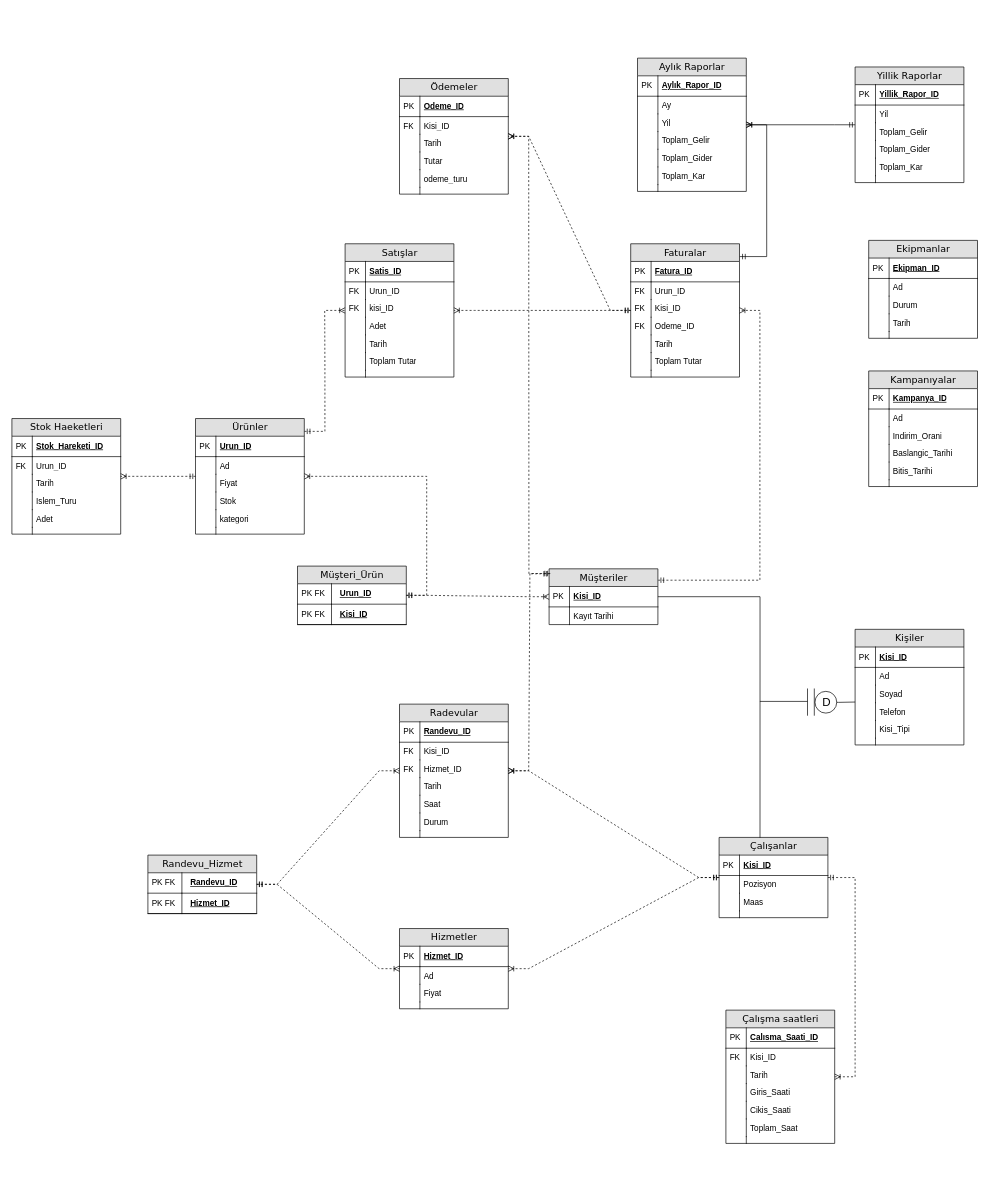
Earlier version of the draw.io diagram Untitled Diagram.drawio (HexaSabur/VTYSodev). Source tidied: cells renumbered, new cells numbered last; positions are measured from the earlier drawing's top-left corner, leaving out a move shared by most shapes. Both pictures are drawn from the tidied source at 68%, with x=0, y=0 at pixel (12, 58).
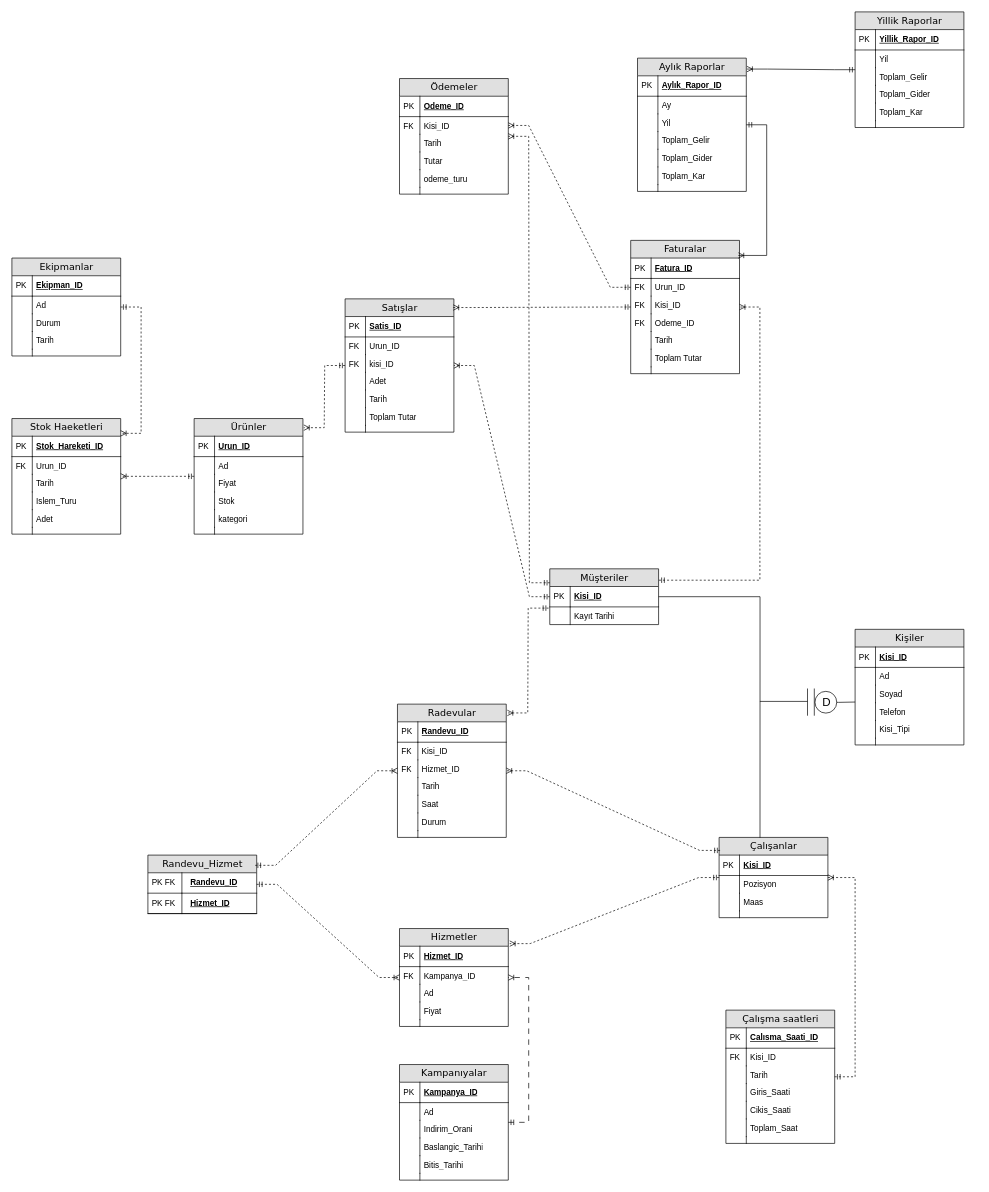
Above is the later version.

The change refers to these unchanged cells:
```xml
<mxCell id="2" value="Çalışanlar" style="swimlane;html=1;fontStyle=0;horizontal=1;startSize=26;fillColor=#e0e0e0;swimlaneFillColor=#ffffff;align=center;rounded=0;shadow=0;comic=0;labelBackgroundColor=none;strokeWidth=1;fontFamily=Verdana;fontSize=14;" parent="1" vertex="1">
  <mxGeometry x="1040" y="1146" width="160" height="118" as="geometry" />
</mxCell>
<mxCell id="35" value="Ödemeler" style="swimlane;html=1;fontStyle=0;horizontal=1;startSize=26;fillColor=#e0e0e0;swimlaneFillColor=#ffffff;align=center;rounded=0;shadow=0;comic=0;labelBackgroundColor=none;strokeWidth=1;fontFamily=Verdana;fontSize=14;" parent="1" vertex="1">
  <mxGeometry x="570" y="30" width="160" height="170" as="geometry" />
</mxCell>
<mxCell id="38" value="Kisi_ID" style="shape=partialRectangle;top=0;left=0;right=0;bottom=0;html=1;align=left;verticalAlign=top;fillColor=none;spacingLeft=34;spacingRight=4;whiteSpace=wrap;overflow=hidden;points=[[0,0.5],[1,0.5]];portConstraint=eastwest;" parent="35" vertex="1">
  <mxGeometry y="56" width="160" height="26" as="geometry" />
</mxCell>
<mxCell id="76" value="Aylık Raporlar" style="swimlane;html=1;fontStyle=0;horizontal=1;startSize=26;fillColor=#e0e0e0;swimlaneFillColor=#ffffff;align=center;rounded=0;shadow=0;comic=0;labelBackgroundColor=none;strokeWidth=1;fontFamily=Verdana;fontSize=14;" parent="1" vertex="1">
  <mxGeometry x="920" width="160" height="196" as="geometry" />
</mxCell>
<mxCell id="92" value="Kisi_ID" style="shape=partialRectangle;top=0;left=0;right=0;bottom=1;html=1;align=left;verticalAlign=middle;fillColor=none;spacingLeft=34;spacingRight=4;whiteSpace=wrap;overflow=hidden;points=[[0,0.5],[1,0.5]];portConstraint=eastwest;fontStyle=5;" parent="91" vertex="1">
  <mxGeometry y="26" width="160" height="30" as="geometry" />
</mxCell>
<mxCell id="111" value="Çalışma saatleri" style="swimlane;html=1;fontStyle=0;horizontal=1;startSize=26;fillColor=#e0e0e0;swimlaneFillColor=#ffffff;align=center;rounded=0;shadow=0;comic=0;labelBackgroundColor=none;strokeWidth=1;fontFamily=Verdana;fontSize=14;" parent="1" vertex="1">
  <mxGeometry x="1050" y="1400" width="160" height="196" as="geometry" />
</mxCell>
<mxCell id="126" value="Stok Haeketleri" style="swimlane;html=1;fontStyle=0;horizontal=1;startSize=26;fillColor=#e0e0e0;swimlaneFillColor=#ffffff;align=center;rounded=0;shadow=0;comic=0;labelBackgroundColor=none;strokeWidth=1;fontFamily=Verdana;fontSize=14;" parent="1" vertex="1">
  <mxGeometry y="530" width="160" height="170" as="geometry" />
</mxCell>
<mxCell id="174" value="Randevu_Hizmet" style="swimlane;html=1;fontStyle=0;horizontal=1;startSize=26;fillColor=#e0e0e0;swimlaneFillColor=#ffffff;align=center;rounded=0;shadow=0;comic=0;labelBackgroundColor=none;strokeWidth=1;fontFamily=Verdana;fontSize=14;" parent="1" vertex="1">
  <mxGeometry x="200" y="1172" width="160" height="86" as="geometry" />
</mxCell>
<mxCell id="185" value="Urun_ID" style="shape=partialRectangle;top=0;left=0;right=0;bottom=0;html=1;align=left;verticalAlign=top;fillColor=none;spacingLeft=34;spacingRight=4;whiteSpace=wrap;overflow=hidden;points=[[0,0.5],[1,0.5]];portConstraint=eastwest;" parent="182" vertex="1">
  <mxGeometry y="56" width="160" height="26" as="geometry" />
</mxCell>
```

Diff of the diagram source:
```diff
@@
     <mxCell id="11" value="Hizmetler" style="swimlane;html=1;fontStyle=0;horizontal=1;startSize=26;fillColor=#e0e0e0;swimlaneFillColor=#ffffff;align=center;rounded=0;shadow=0;comic=0;labelBackgroundColor=none;strokeWidth=1;fontFamily=Verdana;fontSize=14;" parent="1" vertex="1">
-      <mxGeometry x="570" y="1280" width="160" height="118" as="geometry" />
+      <mxGeometry x="570" y="1280" width="160" height="144" as="geometry" />
     </mxCell>
@@
-    <mxCell id="14" value="Ad" style="shape=partialRectangle;top=0;left=0;right=0;bottom=0;html=1;align=left;verticalAlign=top;fillColor=none;spacingLeft=34;spacingRight=4;whiteSpace=wrap;overflow=hidden;" parent="11" vertex="1">
+    <mxCell id="14" value="Kampanya_ID" style="shape=partialRectangle;top=0;left=0;right=0;bottom=0;html=1;align=left;verticalAlign=top;fillColor=none;spacingLeft=34;spacingRight=4;whiteSpace=wrap;overflow=hidden;" parent="11" vertex="1">
       <mxGeometry y="56" width="160" height="26" as="geometry" />
     </mxCell>
-    <mxCell id="15" style="shape=partialRectangle;top=0;left=0;bottom=0;html=1;fillColor=none;align=left;verticalAlign=top;spacingLeft=4;spacingRight=4;whiteSpace=wrap;overflow=hidden;" parent="14" vertex="1">
+    <mxCell id="15" value="FK" style="shape=partialRectangle;top=0;left=0;bottom=0;html=1;fillColor=none;align=left;verticalAlign=top;spacingLeft=4;spacingRight=4;whiteSpace=wrap;overflow=hidden;" parent="14" vertex="1">
       <mxGeometry width="30" height="26" as="geometry" />
     </mxCell>
+    <mxCell id="223" value="Ad" style="shape=partialRectangle;top=0;left=0;right=0;bottom=0;html=1;align=left;verticalAlign=top;fillColor=none;spacingLeft=34;spacingRight=4;whiteSpace=wrap;overflow=hidden;" parent="11" vertex="1">
+      <mxGeometry y="82" width="160" height="26" as="geometry" />
+    </mxCell>
+    <mxCell id="224" style="shape=partialRectangle;top=0;left=0;bottom=0;html=1;fillColor=none;align=left;verticalAlign=top;spacingLeft=4;spacingRight=4;whiteSpace=wrap;overflow=hidden;" parent="223" vertex="1">
+      <mxGeometry width="30" height="26" as="geometry" />
+    </mxCell>
     <mxCell id="16" value="Fiyat" style="shape=partialRectangle;top=0;left=0;right=0;bottom=0;html=1;align=left;verticalAlign=top;fillColor=none;spacingLeft=34;spacingRight=4;whiteSpace=wrap;overflow=hidden;" parent="11" vertex="1">
-      <mxGeometry y="82" width="160" height="26" as="geometry" />
+      <mxGeometry y="108" width="160" height="26" as="geometry" />
     </mxCell>
@@
     <mxCell id="18" style="shape=partialRectangle;top=0;left=0;right=0;bottom=0;html=1;align=left;verticalAlign=top;fillColor=none;spacingLeft=34;spacingRight=4;whiteSpace=wrap;overflow=hidden;" parent="11" vertex="1">
-      <mxGeometry y="108" width="160" height="10" as="geometry" />
+      <mxGeometry y="134" width="160" height="10" as="geometry" />
     </mxCell>
@@
     <mxCell id="20" value="Radevular" style="swimlane;html=1;fontStyle=0;horizontal=1;startSize=26;fillColor=#e0e0e0;swimlaneFillColor=#ffffff;align=center;rounded=0;shadow=0;comic=0;labelBackgroundColor=none;strokeWidth=1;fontFamily=Verdana;fontSize=14;" parent="1" vertex="1">
-      <mxGeometry x="570" y="950" width="160" height="196" as="geometry" />
+      <mxGeometry x="567" y="950" width="160" height="196" as="geometry" />
     </mxCell>
@@
     <mxCell id="48" value="Ürünler" style="swimlane;html=1;fontStyle=0;horizontal=1;startSize=26;fillColor=#e0e0e0;swimlaneFillColor=#ffffff;align=center;rounded=0;shadow=0;comic=0;labelBackgroundColor=none;strokeWidth=1;fontFamily=Verdana;fontSize=14;" parent="1" vertex="1">
-      <mxGeometry x="270" y="530" width="160" height="170" as="geometry" />
+      <mxGeometry x="268" y="530" width="160" height="170" as="geometry" />
     </mxCell>
@@
     <mxCell id="61" value="Satışlar" style="swimlane;html=1;fontStyle=0;horizontal=1;startSize=26;fillColor=#e0e0e0;swimlaneFillColor=#ffffff;align=center;rounded=0;shadow=0;comic=0;labelBackgroundColor=none;strokeWidth=1;fontFamily=Verdana;fontSize=14;" parent="1" vertex="1">
-      <mxGeometry x="490" y="273" width="160" height="196" as="geometry" />
+      <mxGeometry x="490" y="354" width="160" height="196" as="geometry" />
     </mxCell>
@@
     <mxCell id="91" value="Müşteriler" style="swimlane;html=1;fontStyle=0;horizontal=1;startSize=26;fillColor=#e0e0e0;swimlaneFillColor=#ffffff;align=center;rounded=0;shadow=0;comic=0;labelBackgroundColor=none;strokeWidth=1;fontFamily=Verdana;fontSize=14;" parent="1" vertex="1">
-      <mxGeometry x="790" y="751" width="160" height="82" as="geometry" />
+      <mxGeometry x="791" y="751" width="160" height="82" as="geometry" />
     </mxCell>
@@
     <mxCell id="98" value="Kampanıyalar" style="swimlane;html=1;fontStyle=0;horizontal=1;startSize=26;fillColor=#e0e0e0;swimlaneFillColor=#ffffff;align=center;rounded=0;shadow=0;comic=0;labelBackgroundColor=none;strokeWidth=1;fontFamily=Verdana;fontSize=14;" parent="1" vertex="1">
-      <mxGeometry x="1260" y="460" width="160" height="170" as="geometry" />
+      <mxGeometry x="570" y="1480" width="160" height="170" as="geometry" />
     </mxCell>
@@
     <mxCell id="139" value="Ekipmanlar" style="swimlane;html=1;fontStyle=0;horizontal=1;startSize=26;fillColor=#e0e0e0;swimlaneFillColor=#ffffff;align=center;rounded=0;shadow=0;comic=0;labelBackgroundColor=none;strokeWidth=1;fontFamily=Verdana;fontSize=14;" parent="1" vertex="1">
-      <mxGeometry x="1260" y="268" width="160" height="144" as="geometry" />
+      <mxGeometry y="294" width="160" height="144" as="geometry" />
     </mxCell>
@@
     <mxCell id="150" value="Yillik Raporlar" style="swimlane;html=1;fontStyle=0;horizontal=1;startSize=26;fillColor=#e0e0e0;swimlaneFillColor=#ffffff;align=center;rounded=0;shadow=0;comic=0;labelBackgroundColor=none;strokeWidth=1;fontFamily=Verdana;fontSize=14;" parent="1" vertex="1">
-      <mxGeometry x="1240" y="13" width="160" height="170" as="geometry" />
+      <mxGeometry x="1240" y="-68" width="160" height="170" as="geometry" />
     </mxCell>
@@
-    <mxCell id="163" style="edgeStyle=entityRelationEdgeStyle;fontSize=12;html=1;endArrow=ERoneToMany;startArrow=ERmandOne;rounded=0;strokeColor=default;align=center;verticalAlign=middle;fontFamily=Helvetica;fontColor=default;labelBackgroundColor=default;dashed=1;exitX=0.011;exitY=0.084;exitDx=0;exitDy=0;exitPerimeter=0;" parent="1" edge="1" source="91" target="20">
+    <mxCell id="163" style="edgeStyle=entityRelationEdgeStyle;fontSize=12;html=1;endArrow=ERoneToMany;startArrow=ERmandOne;rounded=0;strokeColor=default;align=center;verticalAlign=middle;fontFamily=Helvetica;fontColor=default;labelBackgroundColor=default;dashed=1;exitX=-0.011;exitY=1.06;exitDx=0;exitDy=0;exitPerimeter=0;entryX=1.01;entryY=0.066;entryDx=0;entryDy=0;entryPerimeter=0;" parent="1" edge="1" source="92" target="20">
       <mxGeometry relative="1" as="geometry">
         <Array as="points">
           <mxPoint x="750" y="831" />
           <mxPoint x="664" y="833" />
           <mxPoint x="623" y="863" />
           <mxPoint x="693" y="863" />
           <mxPoint x="634" y="853" />
           <mxPoint x="634" y="833" />
           <mxPoint x="634" y="893" />
           <mxPoint x="704" y="963" />
           <mxPoint x="684" y="853" />
           <mxPoint x="664" y="833" />
           <mxPoint x="694" y="923" />
         </Array>
       </mxGeometry>
     </mxCell>
-    <mxCell id="164" style="edgeStyle=entityRelationEdgeStyle;fontSize=12;html=1;endArrow=ERoneToMany;startArrow=ERmandOne;rounded=0;strokeColor=default;align=center;verticalAlign=middle;fontFamily=Helvetica;fontColor=default;labelBackgroundColor=default;dashed=1;exitX=0.002;exitY=0.089;exitDx=0;exitDy=0;exitPerimeter=0;" parent="1" edge="1" source="91" target="35">
+    <mxCell id="164" style="edgeStyle=entityRelationEdgeStyle;fontSize=12;html=1;endArrow=ERoneToMany;startArrow=ERmandOne;rounded=0;strokeColor=default;align=center;verticalAlign=middle;fontFamily=Helvetica;fontColor=default;labelBackgroundColor=default;dashed=1;exitX=0;exitY=0.25;exitDx=0;exitDy=0;" parent="1" edge="1" source="91" target="35">
       <mxGeometry relative="1" as="geometry">
         <Array as="points">
           <mxPoint x="910" y="550" />
         </Array>
       </mxGeometry>
     </mxCell>
-    <mxCell id="165" style="edgeStyle=entityRelationEdgeStyle;fontSize=12;html=1;endArrow=ERoneToMany;startArrow=ERmandOne;rounded=0;strokeColor=default;align=center;verticalAlign=middle;fontFamily=Helvetica;fontColor=default;labelBackgroundColor=default;dashed=1;" parent="1" edge="1" source="2" target="20">
+    <mxCell id="165" style="edgeStyle=entityRelationEdgeStyle;fontSize=12;html=1;endArrow=ERoneToMany;startArrow=ERmandOne;rounded=0;strokeColor=default;align=center;verticalAlign=middle;fontFamily=Helvetica;fontColor=default;labelBackgroundColor=default;dashed=1;exitX=0.009;exitY=0.162;exitDx=0;exitDy=0;exitPerimeter=0;" parent="1" edge="1" source="2" target="20">
       <mxGeometry relative="1" as="geometry" />
     </mxCell>
-    <mxCell id="166" value="Müşteri_Ürün" style="swimlane;html=1;fontStyle=0;horizontal=1;startSize=26;fillColor=#e0e0e0;swimlaneFillColor=#ffffff;align=center;rounded=0;shadow=0;comic=0;labelBackgroundColor=none;strokeWidth=1;fontFamily=Verdana;fontSize=14;" parent="1" vertex="1">
-      <mxGeometry x="420" y="747" width="160" height="86" as="geometry" />
-    </mxCell>
-    <mxCell id="167" value="&lt;span style=&quot;white-space: pre;&quot;&gt;&#9;&lt;/span&gt;Urun_ID" style="shape=partialRectangle;top=0;left=0;right=0;bottom=1;html=1;align=left;verticalAlign=middle;fillColor=none;spacingLeft=34;spacingRight=4;whiteSpace=wrap;overflow=hidden;fontStyle=5;" parent="166" vertex="1">
-      <mxGeometry y="26" width="160" height="30" as="geometry" />
-    </mxCell>
-    <mxCell id="168" value="PK FK" style="shape=partialRectangle;top=0;left=0;bottom=0;html=1;fillColor=none;align=left;verticalAlign=middle;spacingLeft=4;spacingRight=4;whiteSpace=wrap;overflow=hidden;" parent="167" vertex="1">
-      <mxGeometry width="50" height="30" as="geometry" />
-    </mxCell>
-    <mxCell id="169" value="&lt;span style=&quot;white-space: pre;&quot;&gt;&#9;&lt;/span&gt;Kisi_ID" style="shape=partialRectangle;top=0;left=0;right=0;bottom=1;html=1;align=left;verticalAlign=middle;fillColor=none;spacingLeft=34;spacingRight=4;whiteSpace=wrap;overflow=hidden;fontStyle=5;" parent="166" vertex="1">
-      <mxGeometry y="56" width="160" height="30" as="geometry" />
-    </mxCell>
-    <mxCell id="170" value="PK FK" style="shape=partialRectangle;top=0;left=0;bottom=0;html=1;fillColor=none;align=left;verticalAlign=middle;spacingLeft=4;spacingRight=4;whiteSpace=wrap;overflow=hidden;" parent="169" vertex="1">
-      <mxGeometry width="50" height="30" as="geometry" />
-    </mxCell>
-    <mxCell id="171" style="edgeStyle=entityRelationEdgeStyle;fontSize=12;html=1;endArrow=ERoneToMany;startArrow=ERmandOne;rounded=0;strokeColor=default;align=center;verticalAlign=middle;fontFamily=Helvetica;fontColor=default;labelBackgroundColor=default;dashed=1;" parent="1" edge="1" source="166" target="48">
-      <mxGeometry relative="1" as="geometry">
-        <Array as="points">
-          <mxPoint x="520" y="830" />
-        </Array>
-      </mxGeometry>
-    </mxCell>
-    <mxCell id="172" style="edgeStyle=entityRelationEdgeStyle;fontSize=12;html=1;endArrow=ERoneToMany;startArrow=ERmandOne;rounded=0;strokeColor=default;align=center;verticalAlign=middle;fontFamily=Helvetica;fontColor=default;labelBackgroundColor=default;dashed=1;" parent="1" edge="1" source="166" target="91">
-      <mxGeometry relative="1" as="geometry" />
+    <mxCell id="172" style="edgeStyle=entityRelationEdgeStyle;fontSize=12;html=1;endArrow=ERoneToMany;startArrow=ERmandOne;rounded=0;strokeColor=default;align=center;verticalAlign=middle;fontFamily=Helvetica;fontColor=default;labelBackgroundColor=default;dashed=1;" parent="1" edge="1" source="91" target="61">
+      <mxGeometry relative="1" as="geometry">
+        <Array as="points">
+          <mxPoint x="670" y="610" />
+        </Array>
+      </mxGeometry>
     </mxCell>
-    <mxCell id="173" style="edgeStyle=entityRelationEdgeStyle;fontSize=12;html=1;endArrow=ERoneToMany;startArrow=ERmandOne;rounded=0;strokeColor=default;align=center;verticalAlign=middle;fontFamily=Helvetica;fontColor=default;labelBackgroundColor=default;dashed=1;" parent="1" edge="1" source="2" target="111">
+    <mxCell id="173" style="edgeStyle=entityRelationEdgeStyle;fontSize=12;html=1;endArrow=ERoneToMany;startArrow=ERmandOne;rounded=0;strokeColor=default;align=center;verticalAlign=middle;fontFamily=Helvetica;fontColor=default;labelBackgroundColor=default;dashed=1;" parent="1" edge="1" source="111" target="2">
       <mxGeometry relative="1" as="geometry" />
     </mxCell>
@@
-    <mxCell id="179" style="edgeStyle=entityRelationEdgeStyle;fontSize=12;html=1;endArrow=ERoneToMany;startArrow=ERmandOne;rounded=0;strokeColor=default;align=center;verticalAlign=middle;fontFamily=Helvetica;fontColor=default;labelBackgroundColor=default;dashed=1;" parent="1" edge="1" source="174" target="20">
+    <mxCell id="179" style="edgeStyle=entityRelationEdgeStyle;fontSize=12;html=1;endArrow=ERoneToMany;startArrow=ERmandOne;rounded=0;strokeColor=default;align=center;verticalAlign=middle;fontFamily=Helvetica;fontColor=default;labelBackgroundColor=default;dashed=1;exitX=0.986;exitY=0.175;exitDx=0;exitDy=0;exitPerimeter=0;" parent="1" edge="1" source="174" target="20">
       <mxGeometry relative="1" as="geometry" />
     </mxCell>
@@
-    <mxCell id="181" style="edgeStyle=entityRelationEdgeStyle;fontSize=12;html=1;endArrow=ERoneToMany;startArrow=ERmandOne;rounded=0;strokeColor=default;align=center;verticalAlign=middle;fontFamily=Helvetica;fontColor=default;labelBackgroundColor=default;dashed=1;" parent="1" edge="1" source="2" target="11">
+    <mxCell id="181" style="edgeStyle=entityRelationEdgeStyle;fontSize=12;html=1;endArrow=ERoneToMany;startArrow=ERmandOne;rounded=0;strokeColor=default;align=center;verticalAlign=middle;fontFamily=Helvetica;fontColor=default;labelBackgroundColor=default;dashed=1;entryX=1.013;entryY=0.154;entryDx=0;entryDy=0;entryPerimeter=0;" parent="1" edge="1" source="2" target="11">
       <mxGeometry relative="1" as="geometry">
         <Array as="points">
           <mxPoint x="750" y="1320" />
         </Array>
       </mxGeometry>
     </mxCell>
     <mxCell id="182" value="Faturalar" style="swimlane;html=1;fontStyle=0;horizontal=1;startSize=26;fillColor=#e0e0e0;swimlaneFillColor=#ffffff;align=center;rounded=0;shadow=0;comic=0;labelBackgroundColor=none;strokeWidth=1;fontFamily=Verdana;fontSize=14;" parent="1" vertex="1">
-      <mxGeometry x="910" y="273" width="160" height="196" as="geometry" />
+      <mxGeometry x="910" y="268" width="160" height="196" as="geometry" />
     </mxCell>
@@
-    <mxCell id="197" style="edgeStyle=entityRelationEdgeStyle;fontSize=12;html=1;endArrow=ERoneToMany;startArrow=ERmandOne;rounded=0;strokeColor=default;align=center;verticalAlign=middle;fontFamily=Helvetica;fontColor=default;labelBackgroundColor=default;dashed=1;" parent="1" edge="1" source="182" target="35">
+    <mxCell id="197" style="edgeStyle=entityRelationEdgeStyle;fontSize=12;html=1;endArrow=ERoneToMany;startArrow=ERmandOne;rounded=0;strokeColor=default;align=center;verticalAlign=middle;fontFamily=Helvetica;fontColor=default;labelBackgroundColor=default;dashed=1;entryX=1;entryY=0.5;entryDx=0;entryDy=0;exitX=0;exitY=0.5;exitDx=0;exitDy=0;" parent="1" edge="1" source="185" target="38">
       <mxGeometry relative="1" as="geometry" />
     </mxCell>
@@
-    <mxCell id="199" style="edgeStyle=entityRelationEdgeStyle;fontSize=12;html=1;endArrow=ERoneToMany;startArrow=ERmandOne;rounded=0;strokeColor=default;align=center;verticalAlign=middle;fontFamily=Helvetica;fontColor=default;labelBackgroundColor=default;dashed=1;exitX=1.002;exitY=0.111;exitDx=0;exitDy=0;exitPerimeter=0;" parent="1" edge="1" source="48" target="61">
+    <mxCell id="199" style="edgeStyle=entityRelationEdgeStyle;fontSize=12;html=1;endArrow=ERoneToMany;startArrow=ERmandOne;rounded=0;strokeColor=default;align=center;verticalAlign=middle;fontFamily=Helvetica;fontColor=default;labelBackgroundColor=default;dashed=1;entryX=1.008;entryY=0.079;entryDx=0;entryDy=0;entryPerimeter=0;" parent="1" edge="1" source="61" target="48">
       <mxGeometry relative="1" as="geometry">
         <Array as="points">
           <mxPoint x="700" y="530" />
         </Array>
       </mxGeometry>
     </mxCell>
-    <mxCell id="200" style="edgeStyle=entityRelationEdgeStyle;fontSize=12;html=1;endArrow=ERoneToMany;startArrow=ERmandOne;rounded=0;strokeColor=default;align=center;verticalAlign=middle;fontFamily=Helvetica;fontColor=default;labelBackgroundColor=default;dashed=1;" parent="1" edge="1" source="182" target="61">
+    <mxCell id="200" style="edgeStyle=entityRelationEdgeStyle;fontSize=12;html=1;endArrow=ERoneToMany;startArrow=ERmandOne;rounded=0;strokeColor=default;align=center;verticalAlign=middle;fontFamily=Helvetica;fontColor=default;labelBackgroundColor=default;dashed=1;entryX=0.994;entryY=0.065;entryDx=0;entryDy=0;entryPerimeter=0;" parent="1" edge="1" source="182" target="61">
       <mxGeometry relative="1" as="geometry" />
     </mxCell>
-    <mxCell id="201" style="edgeStyle=entityRelationEdgeStyle;fontSize=12;html=1;endArrow=ERoneToMany;startArrow=ERmandOne;rounded=0;strokeColor=default;align=center;verticalAlign=middle;fontFamily=Helvetica;fontColor=default;labelBackgroundColor=default;exitX=1.003;exitY=0.096;exitDx=0;exitDy=0;exitPerimeter=0;" parent="1" edge="1" source="182" target="76">
+    <mxCell id="201" style="edgeStyle=entityRelationEdgeStyle;fontSize=12;html=1;endArrow=ERoneToMany;startArrow=ERmandOne;rounded=0;strokeColor=default;align=center;verticalAlign=middle;fontFamily=Helvetica;fontColor=default;labelBackgroundColor=default;entryX=0.989;entryY=0.113;entryDx=0;entryDy=0;entryPerimeter=0;" parent="1" edge="1" source="76" target="182">
       <mxGeometry relative="1" as="geometry" />
     </mxCell>
-    <mxCell id="202" style="edgeStyle=entityRelationEdgeStyle;fontSize=12;html=1;endArrow=ERoneToMany;startArrow=ERmandOne;rounded=0;strokeColor=default;align=center;verticalAlign=middle;fontFamily=Helvetica;fontColor=default;labelBackgroundColor=default;" parent="1" edge="1" source="150" target="76">
+    <mxCell id="202" style="edgeStyle=entityRelationEdgeStyle;fontSize=12;html=1;endArrow=ERoneToMany;startArrow=ERmandOne;rounded=0;strokeColor=default;align=center;verticalAlign=middle;fontFamily=Helvetica;fontColor=default;labelBackgroundColor=default;entryX=1.006;entryY=0.082;entryDx=0;entryDy=0;entryPerimeter=0;" parent="1" edge="1" source="150" target="76">
       <mxGeometry relative="1" as="geometry" />
     </mxCell>
@@
+    <mxCell id="225" style="edgeStyle=entityRelationEdgeStyle;fontSize=12;html=1;endArrow=ERoneToMany;startArrow=ERmandOne;rounded=0;strokeColor=default;align=center;verticalAlign=middle;fontFamily=Helvetica;fontColor=default;labelBackgroundColor=default;dashed=1;dashPattern=8 8;" parent="1" edge="1" source="98" target="11">
+      <mxGeometry relative="1" as="geometry" />
+    </mxCell>
+    <mxCell id="226" style="edgeStyle=entityRelationEdgeStyle;fontSize=12;html=1;endArrow=ERoneToMany;startArrow=ERmandOne;rounded=0;strokeColor=default;align=center;verticalAlign=middle;fontFamily=Helvetica;fontColor=default;labelBackgroundColor=default;entryX=1;entryY=0.128;entryDx=0;entryDy=0;entryPerimeter=0;dashed=1;" parent="1" edge="1" source="139" target="126">
+      <mxGeometry relative="1" as="geometry" />
+    </mxCell>
```
